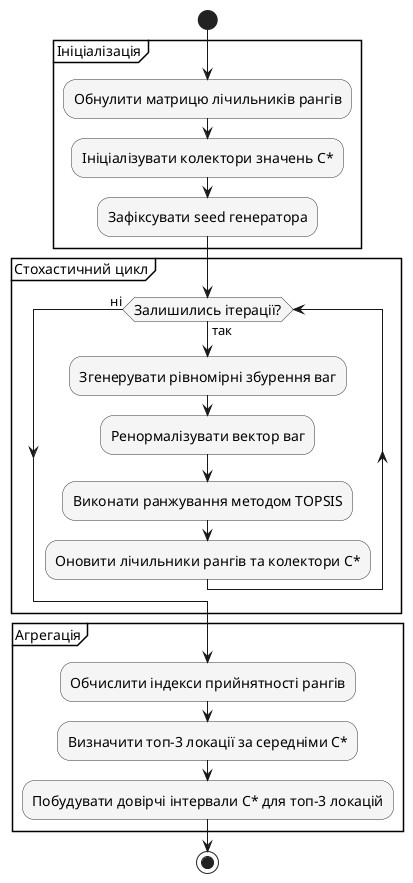
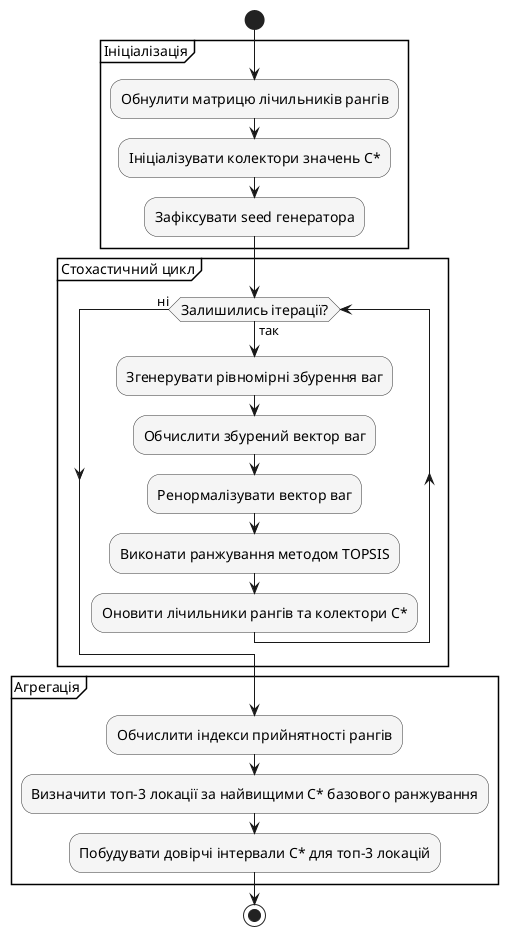
@startuml
' Рис. 2.9. Діаграма діяльності алгоритму Монте-Карло-аналізу чутливості
skinparam shadowing false
skinparam defaultFontName "Times New Roman"
skinparam defaultFontSize 14
skinparam activity {
    BackgroundColor #f5f5f5
    BorderColor #333333
    FontSize 14
}
skinparam activityDiamond {
    FontSize 14
}
skinparam ArrowFontSize 13
skinparam defaultTextAlignment center

start
partition "Ініціалізація" {
    :Обнулити матрицю лічильників рангів;
    :Ініціалізувати колектори значень C*;
    :Зафіксувати seed генератора;
}

partition "Стохастичний цикл" {
    while (Залишились ітерації?) is (так)
        :Згенерувати рівномірні збурення ваг;
+         :Обчислити збурений вектор ваг;
        :Ренормалізувати вектор ваг;
        :Виконати ранжування методом TOPSIS;
        :Оновити лічильники рангів та колектори C*;
    endwhile (ні)
}

partition "Агрегація" {
    :Обчислити індекси прийнятності рангів;
-     :Визначити топ-3 локації за середніми C*;
+     :Визначити топ-3 локації за найвищими C* базового ранжування;
    :Побудувати довірчі інтервали C* для топ-3 локацій;
}
stop

@enduml
